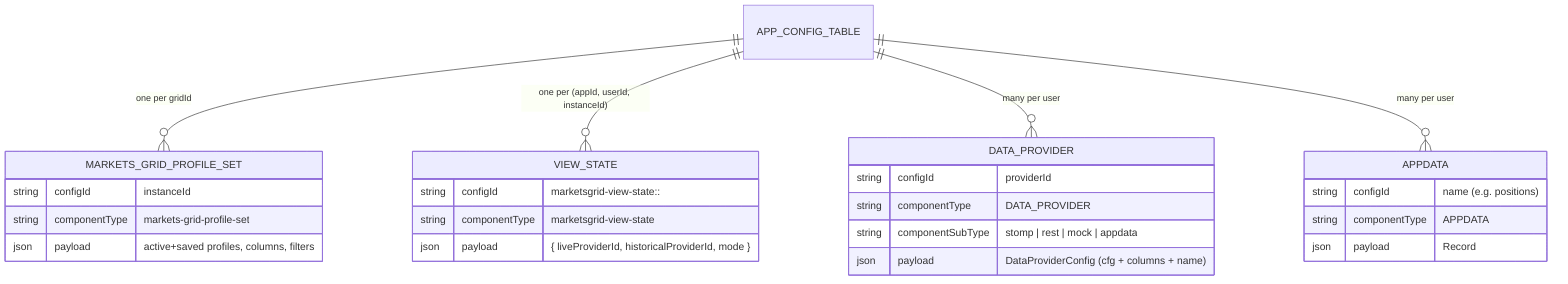
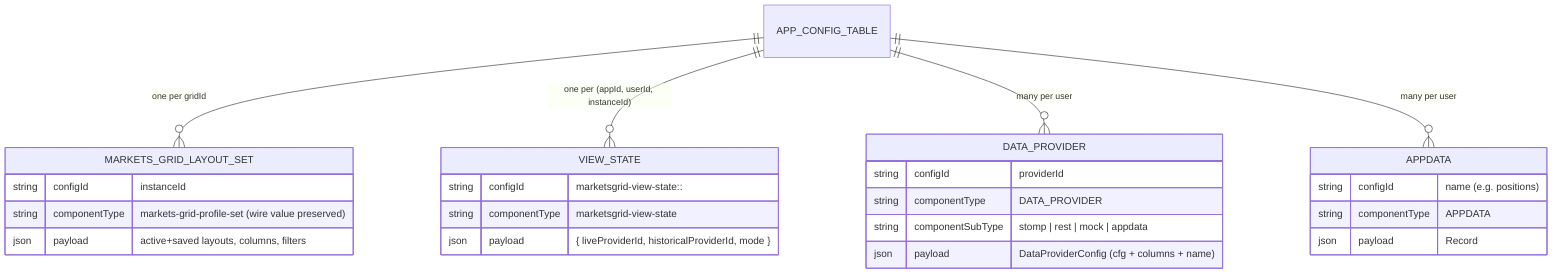
erDiagram
-     APP_CONFIG_TABLE ||--o{ MARKETS_GRID_PROFILE_SET : "one per gridId"
+     APP_CONFIG_TABLE ||--o{ MARKETS_GRID_LAYOUT_SET : "one per gridId"
    APP_CONFIG_TABLE ||--o{ VIEW_STATE : "one per (appId, userId, instanceId)"
    APP_CONFIG_TABLE ||--o{ DATA_PROVIDER : "many per user"
    APP_CONFIG_TABLE ||--o{ APPDATA : "many per user"

-     MARKETS_GRID_PROFILE_SET {
+     MARKETS_GRID_LAYOUT_SET {
        string configId "instanceId"
-         string componentType "markets-grid-profile-set"
-         json payload "active+saved profiles, columns, filters"
+         string componentType "markets-grid-profile-set (wire value preserved)"
+         json payload "active+saved layouts, columns, filters"
    }

    VIEW_STATE {
        string configId "marketsgrid-view-state::<instanceId>"
        string componentType "marketsgrid-view-state"
        json payload "{ liveProviderId, historicalProviderId, mode }"
    }

    DATA_PROVIDER {
        string configId "providerId"
        string componentType "DATA_PROVIDER"
        string componentSubType "stomp | rest | mock | appdata"
        json payload "DataProviderConfig (cfg + columns + name)"
    }

    APPDATA {
        string configId "name (e.g. positions)"
        string componentType "APPDATA"
        json payload "Record<key, unknown>"
    }
